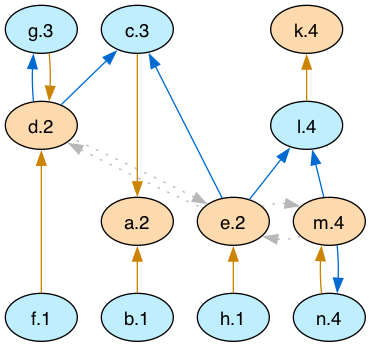
Earlier version of the Graphviz export lib/graphs/arg_pw2_graph_colored.png (idaks/Games-and-Argumentation). Its source is kept beside it as lib/graphs/arg_pw2_graph_colored.dot.
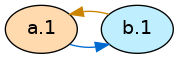
Above is the later version.

What changed in the source:
```diff
@@ -2,40 +2,13 @@
   rankdir="TB"
   node [shape=oval style=filled fontname=Helvetica fontsize=14]
   node [fillcolor="#ffdaaf" fontcolor="#000000"]
-       a[label="a.2"]
-       k[label="k.4"]
-       d[label="d.2"]
-       e[label="e.2"]
-       m[label="m.4"]
+       a[label="a.1"]
   node [fillcolor="#bfefff" fontcolor="#000000"]
-       c[label="c.3"]
        b[label="b.1"]
-       l[label="l.4"]
-       f[label="f.1"]
-       g[label="g.3"]
-       h[label="h.1"]
-       n[label="n.4"]
+  edge [dir=back color="#006ad1" style="solid"]
+        "b" -> "a"
   edge [dir=back color="#cc8400" style="solid"]
-        "a" -> "c"
         "a" -> "b"
-        "k" -> "l"
-        "d" -> "f"
-        "d" -> "g"
-        "e" -> "h"
-        "m" -> "n"
-  edge [dir=back color="#006ad1" style="solid"]
-        "c" -> "d"
-        "c" -> "e"
-        "l" -> "e"
-        "l" -> "m"
-        "g" -> "d"
-        "n" -> "m"
-  edge [dir=back color="#b7b7b7" style="dotted" constraint=false]
-        "d" -> "e"
-        "e" -> "d"
-        "e" -> "m"
-        "m" -> "e"
 
-  {rank = max b f h}
-  {rank = min c g}
+  {rank = max b a}
 }
```
